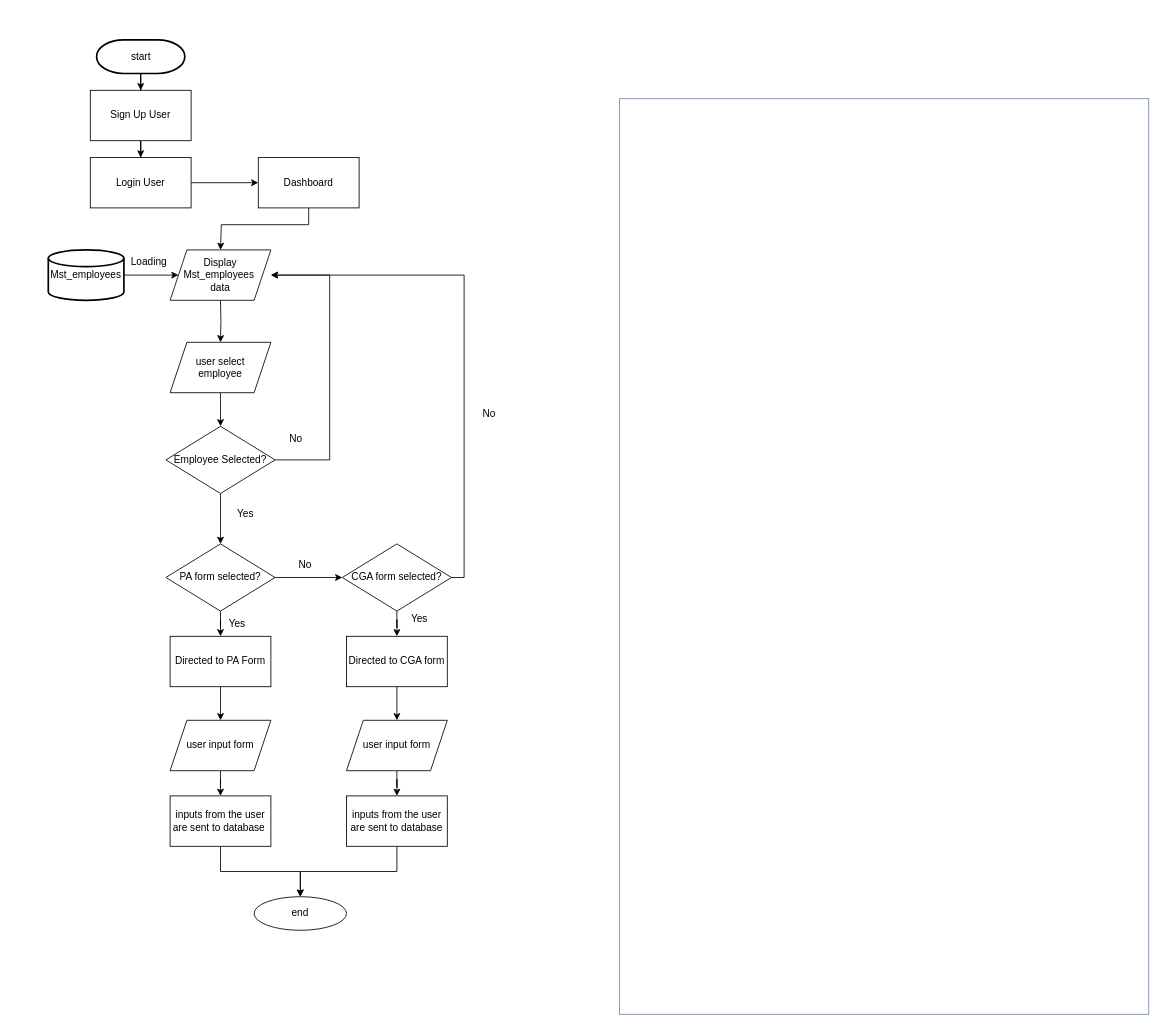
The draw.io diagram page "Page-1" (1 of 3) of sistem-diagram.drawio in jezreelkosasih/diagram, before the edit. Source tidied: cells renumbered, new cells numbered last; positions are measured from the earlier drawing's top-left corner, leaving out a move shared by most shapes. Both pictures are drawn from the tidied source at 84%, with x=0, y=0 at pixel (48, 39).
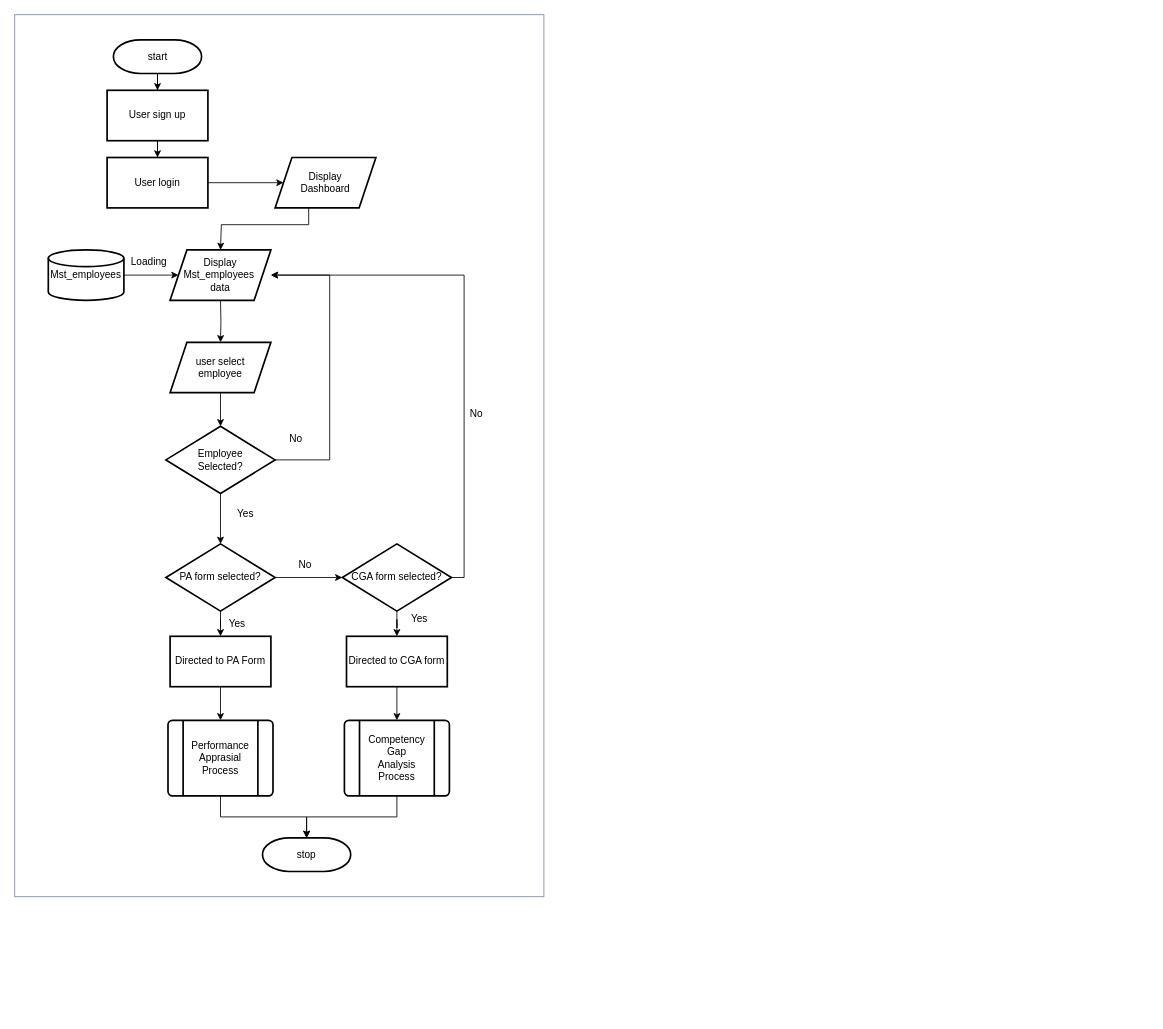
Above is the later version.

The edit, as a diff of the source:
```diff
@@
-    <mxCell id="3" value="Sign Up User" style="rounded=0;whiteSpace=wrap;html=1;labelBackgroundColor=none;" parent="1" vertex="1">
-      <mxGeometry x="50" y="60" width="120" height="60" as="geometry" />
+    <mxCell id="3" value="User sign up" style="rounded=0;whiteSpace=wrap;html=1;labelBackgroundColor=none;strokeWidth=2;" parent="1" vertex="1">
+      <mxGeometry x="70" y="60" width="120" height="60" as="geometry" />
     </mxCell>
-    <mxCell id="4" style="edgeStyle=orthogonalEdgeStyle;rounded=0;jettySize=auto;html=1;labelBackgroundColor=none;fontColor=default;" parent="1" edge="1" source="5" target="7">
-      <mxGeometry relative="1" as="geometry" />
-    </mxCell>
+    <mxCell id="46" style="edgeStyle=orthogonalEdgeStyle;rounded=0;jettySize=auto;html=1;" parent="1" edge="1" source="5" target="51">
+      <mxGeometry relative="1" as="geometry" />
+    </mxCell>
-    <mxCell id="5" value="Login User" style="rounded=0;whiteSpace=wrap;html=1;labelBackgroundColor=none;" parent="1" vertex="1">
-      <mxGeometry x="50" y="140" width="120" height="60" as="geometry" />
+    <mxCell id="5" value="User login" style="rounded=0;whiteSpace=wrap;html=1;labelBackgroundColor=none;strokeWidth=2;" parent="1" vertex="1">
+      <mxGeometry x="70" y="140" width="120" height="60" as="geometry" />
     </mxCell>
-    <mxCell id="6" style="edgeStyle=orthogonalEdgeStyle;rounded=0;jettySize=auto;html=1;labelBackgroundColor=none;fontColor=default;" parent="1" edge="1" source="7">
+    <mxCell id="6" style="edgeStyle=orthogonalEdgeStyle;rounded=0;orthogonalLoop=1;jettySize=auto;html=1;labelBackgroundColor=none;fontColor=default;" parent="1" edge="1">
       <mxGeometry relative="1" as="geometry">
+        <mxPoint x="310" y="200" as="sourcePoint" />
         <mxPoint x="205" y="250" as="targetPoint" />
         <Array as="points">
           <mxPoint x="310" y="220" />
           <mxPoint x="206" y="220" />
         </Array>
       </mxGeometry>
     </mxCell>
-    <mxCell id="7" value="Dashboard" style="rounded=0;whiteSpace=wrap;html=1;labelBackgroundColor=none;" parent="1" vertex="1">
-      <mxGeometry x="250" y="140" width="120" height="60" as="geometry" />
-    </mxCell>
@@
-    <mxCell id="11" value="Employee Selected?" style="rhombus;whiteSpace=wrap;html=1;rounded=0;labelBackgroundColor=none;" parent="1" vertex="1">
+    <mxCell id="11" value="Employee &lt;br&gt;Selected?" style="rhombus;whiteSpace=wrap;html=1;rounded=0;labelBackgroundColor=none;strokeWidth=2;" parent="1" vertex="1">
       <mxGeometry x="140" y="460" width="130" height="80" as="geometry" />
     </mxCell>
@@
-    <mxCell id="14" value="PA form selected?" style="rhombus;whiteSpace=wrap;html=1;rounded=0;labelBackgroundColor=none;" parent="1" vertex="1">
+    <mxCell id="14" value="PA form selected?" style="rhombus;whiteSpace=wrap;html=1;rounded=0;labelBackgroundColor=none;strokeWidth=2;" parent="1" vertex="1">
       <mxGeometry x="140" y="600" width="130" height="80" as="geometry" />
     </mxCell>
@@
-    <mxCell id="17" value="CGA form selected?" style="rhombus;whiteSpace=wrap;html=1;rounded=0;labelBackgroundColor=none;" parent="1" vertex="1">
+    <mxCell id="17" value="CGA form selected?" style="rhombus;whiteSpace=wrap;html=1;rounded=0;labelBackgroundColor=none;strokeWidth=2;" parent="1" vertex="1">
       <mxGeometry x="350" y="600" width="130" height="80" as="geometry" />
     </mxCell>
-    <mxCell id="18" style="edgeStyle=orthogonalEdgeStyle;rounded=0;jettySize=auto;html=1;labelBackgroundColor=none;fontColor=default;" parent="1" edge="1" source="19" target="23">
-      <mxGeometry relative="1" as="geometry" />
-    </mxCell>
-    <mxCell id="19" value="Directed to PA Form" style="whiteSpace=wrap;html=1;rounded=0;labelBackgroundColor=none;" parent="1" vertex="1">
+    <mxCell id="19" value="Directed to PA Form" style="whiteSpace=wrap;html=1;rounded=0;labelBackgroundColor=none;strokeWidth=2;" parent="1" vertex="1">
       <mxGeometry x="145" y="710" width="120" height="60" as="geometry" />
     </mxCell>
-    <mxCell id="20" style="edgeStyle=orthogonalEdgeStyle;rounded=0;jettySize=auto;html=1;labelBackgroundColor=none;fontColor=default;" parent="1" edge="1" source="21" target="25">
-      <mxGeometry relative="1" as="geometry" />
-    </mxCell>
+    <mxCell id="47" style="edgeStyle=orthogonalEdgeStyle;rounded=0;jettySize=auto;html=1;" parent="1" edge="1" source="21" target="49">
+      <mxGeometry relative="1" as="geometry" />
+    </mxCell>
-    <mxCell id="21" value="Directed to CGA form" style="whiteSpace=wrap;html=1;rounded=0;labelBackgroundColor=none;" parent="1" vertex="1">
+    <mxCell id="21" value="Directed to CGA form" style="whiteSpace=wrap;html=1;rounded=0;labelBackgroundColor=none;strokeWidth=2;" parent="1" vertex="1">
       <mxGeometry x="355" y="710" width="120" height="60" as="geometry" />
     </mxCell>
-    <mxCell id="22" style="edgeStyle=orthogonalEdgeStyle;rounded=0;jettySize=auto;html=1;labelBackgroundColor=none;fontColor=default;" parent="1" edge="1" source="23" target="27">
+    <mxCell id="22" style="edgeStyle=orthogonalEdgeStyle;rounded=0;jettySize=auto;html=1;labelBackgroundColor=none;fontColor=default;exitX=0.5;exitY=1;exitDx=0;exitDy=0;entryX=0.5;entryY=0;entryDx=0;entryDy=0;" parent="1" edge="1" source="19" target="48">
       <mxGeometry relative="1" as="geometry" />
     </mxCell>
-    <mxCell id="23" value="user input form" style="shape=parallelogram;perimeter=parallelogramPerimeter;whiteSpace=wrap;html=1;fixedSize=1;rounded=0;labelBackgroundColor=none;" parent="1" vertex="1">
-      <mxGeometry x="145" y="810" width="120" height="60" as="geometry" />
-    </mxCell>
-    <mxCell id="24" style="edgeStyle=orthogonalEdgeStyle;rounded=0;jettySize=auto;html=1;labelBackgroundColor=none;fontColor=default;" parent="1" edge="1" source="25" target="29">
-      <mxGeometry relative="1" as="geometry" />
-    </mxCell>
-    <mxCell id="25" value="user input form" style="shape=parallelogram;perimeter=parallelogramPerimeter;whiteSpace=wrap;html=1;fixedSize=1;rounded=0;labelBackgroundColor=none;" parent="1" vertex="1">
-      <mxGeometry x="355" y="810" width="120" height="60" as="geometry" />
-    </mxCell>
-    <mxCell id="26" style="edgeStyle=orthogonalEdgeStyle;rounded=0;jettySize=auto;html=1;labelBackgroundColor=none;fontColor=default;" parent="1" edge="1" source="27" target="30">
-      <mxGeometry relative="1" as="geometry" />
-    </mxCell>
-    <mxCell id="27" value="inputs from the user are sent to database&amp;nbsp;" style="whiteSpace=wrap;html=1;rounded=0;labelBackgroundColor=none;" parent="1" vertex="1">
-      <mxGeometry x="145" y="900" width="120" height="60" as="geometry" />
-    </mxCell>
-    <mxCell id="28" style="edgeStyle=orthogonalEdgeStyle;rounded=0;jettySize=auto;html=1;entryX=0.5;entryY=0;entryDx=0;entryDy=0;labelBackgroundColor=none;fontColor=default;" parent="1" edge="1" source="29" target="30">
-      <mxGeometry relative="1" as="geometry" />
-    </mxCell>
-    <mxCell id="29" value="inputs from the user are sent to database" style="whiteSpace=wrap;html=1;rounded=0;labelBackgroundColor=none;" parent="1" vertex="1">
-      <mxGeometry x="355" y="900" width="120" height="60" as="geometry" />
-    </mxCell>
-    <mxCell id="30" value="end" style="ellipse;whiteSpace=wrap;html=1;rounded=0;labelBackgroundColor=none;" parent="1" vertex="1">
-      <mxGeometry x="245" y="1020" width="110" height="40" as="geometry" />
-    </mxCell>
@@
-    <mxCell id="32" value="user select &lt;br&gt;employee" style="shape=parallelogram;perimeter=parallelogramPerimeter;whiteSpace=wrap;html=1;fixedSize=1;rounded=0;labelBackgroundColor=none;" parent="1" vertex="1">
+    <mxCell id="32" value="user select &lt;br&gt;employee" style="shape=parallelogram;perimeter=parallelogramPerimeter;whiteSpace=wrap;html=1;fixedSize=1;rounded=0;labelBackgroundColor=none;strokeWidth=2;" parent="1" vertex="1">
       <mxGeometry x="145" y="360" width="120" height="60" as="geometry" />
     </mxCell>
@@
     <mxCell id="38" value="No" style="text;html=1;align=center;verticalAlign=middle;whiteSpace=wrap;rounded=0;labelBackgroundColor=none;" parent="1" vertex="1">
-      <mxGeometry x="495" y="430" width="60" height="30" as="geometry" />
+      <mxGeometry x="480" y="430" width="60" height="30" as="geometry" />
     </mxCell>
     <mxCell id="39" style="rounded=0;whiteSpace=wrap;html=1;strokeColor=#788AA3;fontColor=#46495D;fillColor=none;labelBackgroundColor=none;" parent="1" vertex="1">
-      <mxGeometry x="680" y="70" width="630" height="1090" as="geometry" />
+      <mxGeometry x="-40" y="-30" width="630" height="1050" as="geometry" />
     </mxCell>
@@
     <mxCell id="41" value="start" style="strokeWidth=2;html=1;shape=mxgraph.flowchart.terminator;whiteSpace=wrap;" parent="1" vertex="1">
-      <mxGeometry x="57.5" width="105" height="40" as="geometry" />
+      <mxGeometry x="77.5" width="105" height="40" as="geometry" />
     </mxCell>
@@
-    <mxCell id="44" value="Display Mst_employees&amp;nbsp;&lt;br&gt;data" style="shape=parallelogram;perimeter=parallelogramPerimeter;whiteSpace=wrap;html=1;fixedSize=1;" parent="1" vertex="1">
+    <mxCell id="44" value="Display Mst_employees&amp;nbsp;&lt;br&gt;data" style="shape=parallelogram;perimeter=parallelogramPerimeter;whiteSpace=wrap;html=1;fixedSize=1;strokeWidth=2;" parent="1" vertex="1">
       <mxGeometry x="145" y="250" width="120" height="60" as="geometry" />
     </mxCell>
@@
+    <mxCell id="48" style="verticalLabelPosition=bottom;verticalAlign=top;html=1;shape=process;whiteSpace=wrap;rounded=1;size=0.14;arcSize=6;strokeWidth=2;" parent="1" vertex="1">
+      <mxGeometry x="142.5" y="810" width="125" height="90" as="geometry" />
+    </mxCell>
+    <mxCell id="49" style="verticalLabelPosition=bottom;verticalAlign=top;html=1;shape=process;whiteSpace=wrap;rounded=1;size=0.14;arcSize=6;strokeWidth=2;" parent="1" vertex="1">
+      <mxGeometry x="352.5" y="810" width="125" height="90" as="geometry" />
+    </mxCell>
+    <mxCell id="50" value="stop" style="strokeWidth=2;html=1;shape=mxgraph.flowchart.terminator;whiteSpace=wrap;" parent="1" vertex="1">
+      <mxGeometry x="255" y="950" width="105" height="40" as="geometry" />
+    </mxCell>
+    <mxCell id="51" value="Display &lt;br&gt;Dashboard" style="shape=parallelogram;perimeter=parallelogramPerimeter;whiteSpace=wrap;html=1;fixedSize=1;strokeWidth=2;" parent="1" vertex="1">
+      <mxGeometry x="270" y="140" width="120" height="60" as="geometry" />
+    </mxCell>
+    <mxCell id="52" style="edgeStyle=orthogonalEdgeStyle;rounded=0;jettySize=auto;html=1;entryX=0.5;entryY=0;entryDx=0;entryDy=0;entryPerimeter=0;" parent="1" edge="1" source="48" target="50">
+      <mxGeometry relative="1" as="geometry" />
+    </mxCell>
+    <mxCell id="53" style="edgeStyle=orthogonalEdgeStyle;rounded=0;jettySize=auto;html=1;entryX=0.5;entryY=0;entryDx=0;entryDy=0;entryPerimeter=0;" parent="1" edge="1" source="49" target="50">
+      <mxGeometry relative="1" as="geometry" />
+    </mxCell>
+    <mxCell id="54" value="Performance Apprasial Process" style="text;html=1;strokeColor=none;fillColor=none;align=center;verticalAlign=middle;whiteSpace=wrap;rounded=0;" parent="1" vertex="1">
+      <mxGeometry x="175" y="840" width="60" height="30" as="geometry" />
+    </mxCell>
+    <mxCell id="55" value="Competency Gap Analysis Process" style="text;html=1;strokeColor=none;fillColor=none;align=center;verticalAlign=middle;whiteSpace=wrap;rounded=0;perimeterSpacing=1;" parent="1" vertex="1">
+      <mxGeometry x="385" y="840" width="60" height="30" as="geometry" />
+    </mxCell>
```
